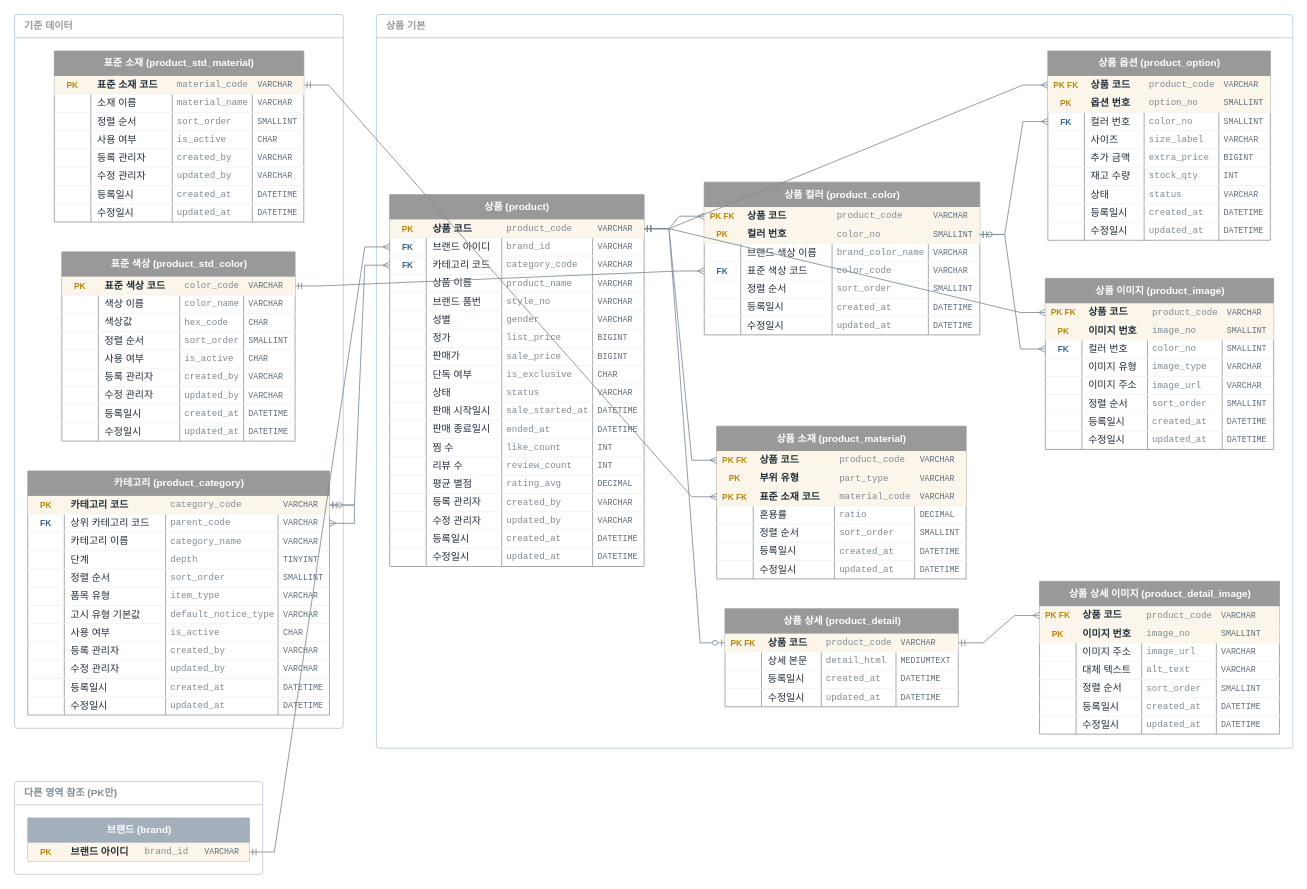
This is page "상품" (4 of 4) of docs/erd.drawio from jjonong/fashion-shoppingmall, a draw.io file, before an edit. Source tidied: cells renumbered, new cells numbered last; positions are measured from the earlier drawing's top-left corner, leaving out a move shared by most shapes. Both pictures are drawn from the tidied source at 83%, with x=0, y=0 at pixel (14, 14).
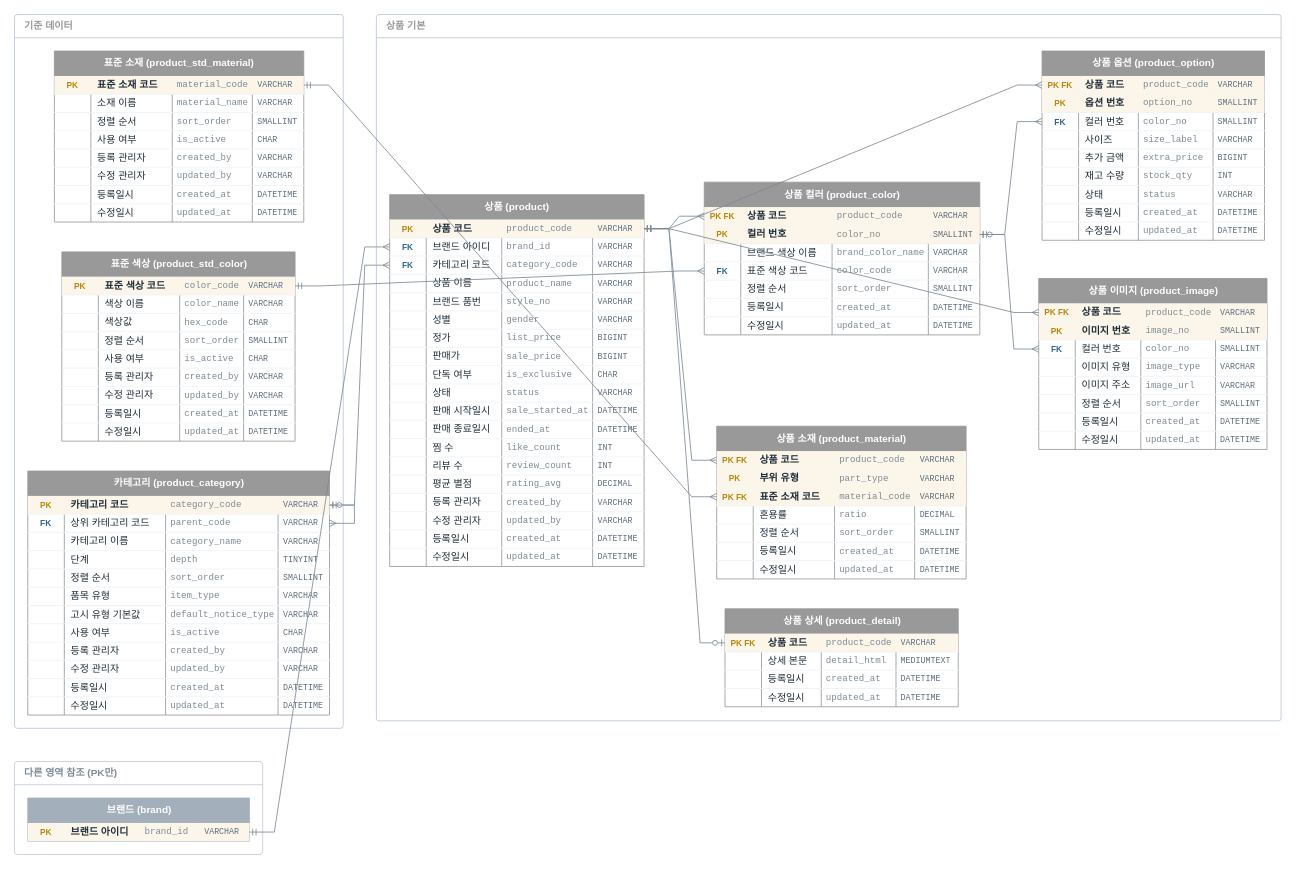
The same diagram, later.

Unchanged cells that the change refers to:
```xml
<mxCell id="408" style="shape=tableRow;horizontal=0;startSize=0;swimlaneHead=0;swimlaneBody=0;fillColor=#FBF6E9;points=[[0,0.5],[1,0.5]];portConstraint=eastwest;top=0;left=0;right=0;bottom=1;strokeColor=#eef2f6;" parent="407" vertex="1">
  <mxGeometry y="30" width="281" height="22" as="geometry" />
</mxCell>
```

Change to the diagram source:
```diff
@@
     <mxCell id="151" value="상품 기본" style="swimlane;startSize=28;rounded=1;arcSize=4;fillColor=none;swimlaneFillColor=none;strokeColor=#b9c7d6;fontColor=#999999;fontStyle=1;align=left;spacingLeft=10;html=1;" parent="1" vertex="1">
-      <mxGeometry x="436" width="1104" height="884" as="geometry" />
+      <mxGeometry x="436" width="1090" height="851" as="geometry" />
     </mxCell>
@@
     <mxCell id="284" value="상품 옵션 (product_option)" style="shape=table;startSize=30;childLayout=tableLayout;rowLines=0;fontStyle=1;align=center;html=1;fillColor=#999999;fontColor=#ffffff;strokeColor=#999999;swimlaneFillColor=#ffffff;" parent="151" vertex="1">
-      <mxGeometry x="809" y="44" width="268" height="228" as="geometry" />
+      <mxGeometry x="802" y="44" width="268" height="228" as="geometry" />
     </mxCell>
@@
     <mxCell id="330" value="상품 이미지 (product_image)" style="shape=table;startSize=30;childLayout=tableLayout;rowLines=0;fontStyle=1;align=center;html=1;fillColor=#999999;fontColor=#ffffff;strokeColor=#999999;swimlaneFillColor=#ffffff;" parent="151" vertex="1">
-      <mxGeometry x="806" y="318" width="275" height="206" as="geometry" />
+      <mxGeometry x="798" y="318" width="275" height="206" as="geometry" />
     </mxCell>
@@
-    <mxCell id="428" value="상품 상세 이미지 (product_detail_image)" style="shape=table;startSize=30;childLayout=tableLayout;rowLines=0;fontStyle=1;align=center;html=1;fillColor=#999999;fontColor=#ffffff;strokeColor=#999999;swimlaneFillColor=#ffffff;" parent="151" vertex="1">
-      <mxGeometry x="799" y="683" width="289" height="184" as="geometry" />
-    </mxCell>
-    <mxCell id="429" style="shape=tableRow;horizontal=0;startSize=0;swimlaneHead=0;swimlaneBody=0;fillColor=#FBF6E9;points=[[0,0.5],[1,0.5]];portConstraint=eastwest;top=0;left=0;right=0;bottom=1;strokeColor=#eef2f6;" parent="428" vertex="1">
-      <mxGeometry y="30" width="289" height="22" as="geometry" />
-    </mxCell>
-    <mxCell id="430" value="PK FK" style="shape=partialRectangle;fillColor=none;top=0;left=0;bottom=0;right=0;overflow=hidden;html=1;fontStyle=1;fontColor=#B8860B;fontSize=10;align=center;" parent="429" vertex="1">
-      <mxGeometry width="44" height="22" as="geometry" />
-    </mxCell>
-    <mxCell id="431" value="상품 코드" style="shape=partialRectangle;fillColor=none;top=0;left=0;bottom=0;right=0;overflow=hidden;html=1;fontStyle=1;fontColor=#1f2d3a;align=left;spacingLeft=6;" parent="429" vertex="1">
-      <mxGeometry x="44" width="79" height="22" as="geometry" />
-    </mxCell>
-    <mxCell id="432" value="product_code" style="shape=partialRectangle;fillColor=none;top=0;left=0;bottom=0;right=0;overflow=hidden;html=1;fontFamily=Consolas;fontColor=#7d8a96;fontSize=11;align=left;spacingLeft=4;" parent="429" vertex="1">
-      <mxGeometry x="123" width="90" height="22" as="geometry" />
-    </mxCell>
-    <mxCell id="433" value="VARCHAR" style="shape=partialRectangle;fillColor=none;top=0;left=0;bottom=0;right=0;overflow=hidden;html=1;fontFamily=Consolas;fontColor=#5d6d7e;fontSize=10;align=left;spacingLeft=4;" parent="429" vertex="1">
-      <mxGeometry x="213" width="76" height="22" as="geometry" />
-    </mxCell>
-    <mxCell id="434" style="shape=tableRow;horizontal=0;startSize=0;swimlaneHead=0;swimlaneBody=0;fillColor=#FBF6E9;top=0;left=0;right=0;bottom=1;strokeColor=#eef2f6;" parent="428" vertex="1">
-      <mxGeometry y="52" width="289" height="22" as="geometry" />
-    </mxCell>
-    <mxCell id="435" value="PK" style="shape=partialRectangle;fillColor=none;top=0;left=0;bottom=0;right=0;overflow=hidden;html=1;fontStyle=1;fontColor=#B8860B;fontSize=10;align=center;" parent="434" vertex="1">
-      <mxGeometry width="44" height="22" as="geometry" />
-    </mxCell>
-    <mxCell id="436" value="이미지 번호" style="shape=partialRectangle;fillColor=none;top=0;left=0;bottom=0;right=0;overflow=hidden;html=1;fontStyle=1;fontColor=#1f2d3a;align=left;spacingLeft=6;" parent="434" vertex="1">
-      <mxGeometry x="44" width="79" height="22" as="geometry" />
-    </mxCell>
-    <mxCell id="437" value="image_no" style="shape=partialRectangle;fillColor=none;top=0;left=0;bottom=0;right=0;overflow=hidden;html=1;fontFamily=Consolas;fontColor=#7d8a96;fontSize=11;align=left;spacingLeft=4;" parent="434" vertex="1">
-      <mxGeometry x="123" width="90" height="22" as="geometry" />
-    </mxCell>
-    <mxCell id="438" value="SMALLINT" style="shape=partialRectangle;fillColor=none;top=0;left=0;bottom=0;right=0;overflow=hidden;html=1;fontFamily=Consolas;fontColor=#5d6d7e;fontSize=10;align=left;spacingLeft=4;" parent="434" vertex="1">
-      <mxGeometry x="213" width="76" height="22" as="geometry" />
-    </mxCell>
-    <mxCell id="439" style="shape=tableRow;horizontal=0;startSize=0;swimlaneHead=0;swimlaneBody=0;fillColor=none;top=0;left=0;right=0;bottom=1;strokeColor=#eef2f6;" parent="428" vertex="1">
-      <mxGeometry y="74" width="289" height="22" as="geometry" />
-    </mxCell>
-    <mxCell id="440" style="shape=partialRectangle;fillColor=none;top=0;left=0;bottom=0;right=0;overflow=hidden;html=1;fontStyle=1;fontColor=#2f6496;fontSize=10;align=center;" parent="439" vertex="1">
-      <mxGeometry width="44" height="22" as="geometry" />
-    </mxCell>
-    <mxCell id="441" value="이미지 주소" style="shape=partialRectangle;fillColor=none;top=0;left=0;bottom=0;right=0;overflow=hidden;html=1;fontStyle=0;fontColor=#1f2d3a;align=left;spacingLeft=6;" parent="439" vertex="1">
-      <mxGeometry x="44" width="79" height="22" as="geometry" />
-    </mxCell>
-    <mxCell id="442" value="image_url" style="shape=partialRectangle;fillColor=none;top=0;left=0;bottom=0;right=0;overflow=hidden;html=1;fontFamily=Consolas;fontColor=#7d8a96;fontSize=11;align=left;spacingLeft=4;" parent="439" vertex="1">
-      <mxGeometry x="123" width="90" height="22" as="geometry" />
-    </mxCell>
-    <mxCell id="443" value="VARCHAR" style="shape=partialRectangle;fillColor=none;top=0;left=0;bottom=0;right=0;overflow=hidden;html=1;fontFamily=Consolas;fontColor=#5d6d7e;fontSize=10;align=left;spacingLeft=4;" parent="439" vertex="1">
-      <mxGeometry x="213" width="76" height="22" as="geometry" />
-    </mxCell>
-    <mxCell id="444" style="shape=tableRow;horizontal=0;startSize=0;swimlaneHead=0;swimlaneBody=0;fillColor=none;top=0;left=0;right=0;bottom=1;strokeColor=#eef2f6;" parent="428" vertex="1">
-      <mxGeometry y="96" width="289" height="22" as="geometry" />
-    </mxCell>
-    <mxCell id="445" style="shape=partialRectangle;fillColor=none;top=0;left=0;bottom=0;right=0;overflow=hidden;html=1;fontStyle=1;fontColor=#2f6496;fontSize=10;align=center;" parent="444" vertex="1">
-      <mxGeometry width="44" height="22" as="geometry" />
-    </mxCell>
-    <mxCell id="446" value="대체 텍스트" style="shape=partialRectangle;fillColor=none;top=0;left=0;bottom=0;right=0;overflow=hidden;html=1;fontStyle=0;fontColor=#1f2d3a;align=left;spacingLeft=6;" parent="444" vertex="1">
-      <mxGeometry x="44" width="79" height="22" as="geometry" />
-    </mxCell>
-    <mxCell id="447" value="alt_text" style="shape=partialRectangle;fillColor=none;top=0;left=0;bottom=0;right=0;overflow=hidden;html=1;fontFamily=Consolas;fontColor=#7d8a96;fontSize=11;align=left;spacingLeft=4;" parent="444" vertex="1">
-      <mxGeometry x="123" width="90" height="22" as="geometry" />
-    </mxCell>
-    <mxCell id="448" value="VARCHAR" style="shape=partialRectangle;fillColor=none;top=0;left=0;bottom=0;right=0;overflow=hidden;html=1;fontFamily=Consolas;fontColor=#5d6d7e;fontSize=10;align=left;spacingLeft=4;" parent="444" vertex="1">
-      <mxGeometry x="213" width="76" height="22" as="geometry" />
-    </mxCell>
-    <mxCell id="449" style="shape=tableRow;horizontal=0;startSize=0;swimlaneHead=0;swimlaneBody=0;fillColor=none;top=0;left=0;right=0;bottom=1;strokeColor=#eef2f6;" parent="428" vertex="1">
-      <mxGeometry y="118" width="289" height="22" as="geometry" />
-    </mxCell>
-    <mxCell id="450" style="shape=partialRectangle;fillColor=none;top=0;left=0;bottom=0;right=0;overflow=hidden;html=1;fontStyle=1;fontColor=#2f6496;fontSize=10;align=center;" parent="449" vertex="1">
-      <mxGeometry width="44" height="22" as="geometry" />
-    </mxCell>
-    <mxCell id="451" value="정렬 순서" style="shape=partialRectangle;fillColor=none;top=0;left=0;bottom=0;right=0;overflow=hidden;html=1;fontStyle=0;fontColor=#1f2d3a;align=left;spacingLeft=6;" parent="449" vertex="1">
-      <mxGeometry x="44" width="79" height="22" as="geometry" />
-    </mxCell>
-    <mxCell id="452" value="sort_order" style="shape=partialRectangle;fillColor=none;top=0;left=0;bottom=0;right=0;overflow=hidden;html=1;fontFamily=Consolas;fontColor=#7d8a96;fontSize=11;align=left;spacingLeft=4;" parent="449" vertex="1">
-      <mxGeometry x="123" width="90" height="22" as="geometry" />
-    </mxCell>
-    <mxCell id="453" value="SMALLINT" style="shape=partialRectangle;fillColor=none;top=0;left=0;bottom=0;right=0;overflow=hidden;html=1;fontFamily=Consolas;fontColor=#5d6d7e;fontSize=10;align=left;spacingLeft=4;" parent="449" vertex="1">
-      <mxGeometry x="213" width="76" height="22" as="geometry" />
-    </mxCell>
-    <mxCell id="454" style="shape=tableRow;horizontal=0;startSize=0;swimlaneHead=0;swimlaneBody=0;fillColor=none;top=0;left=0;right=0;bottom=1;strokeColor=#eef2f6;" parent="428" vertex="1">
-      <mxGeometry y="140" width="289" height="22" as="geometry" />
-    </mxCell>
-    <mxCell id="455" style="shape=partialRectangle;fillColor=none;top=0;left=0;bottom=0;right=0;overflow=hidden;html=1;fontStyle=1;fontColor=#2f6496;fontSize=10;align=center;" parent="454" vertex="1">
-      <mxGeometry width="44" height="22" as="geometry" />
-    </mxCell>
-    <mxCell id="456" value="등록일시" style="shape=partialRectangle;fillColor=none;top=0;left=0;bottom=0;right=0;overflow=hidden;html=1;fontStyle=0;fontColor=#1f2d3a;align=left;spacingLeft=6;" parent="454" vertex="1">
-      <mxGeometry x="44" width="79" height="22" as="geometry" />
-    </mxCell>
-    <mxCell id="457" value="created_at" style="shape=partialRectangle;fillColor=none;top=0;left=0;bottom=0;right=0;overflow=hidden;html=1;fontFamily=Consolas;fontColor=#7d8a96;fontSize=11;align=left;spacingLeft=4;" parent="454" vertex="1">
-      <mxGeometry x="123" width="90" height="22" as="geometry" />
-    </mxCell>
-    <mxCell id="458" value="DATETIME" style="shape=partialRectangle;fillColor=none;top=0;left=0;bottom=0;right=0;overflow=hidden;html=1;fontFamily=Consolas;fontColor=#5d6d7e;fontSize=10;align=left;spacingLeft=4;" parent="454" vertex="1">
-      <mxGeometry x="213" width="76" height="22" as="geometry" />
-    </mxCell>
-    <mxCell id="459" style="shape=tableRow;horizontal=0;startSize=0;swimlaneHead=0;swimlaneBody=0;fillColor=none;top=0;left=0;right=0;bottom=0;strokeColor=#eef2f6;" parent="428" vertex="1">
-      <mxGeometry y="162" width="289" height="22" as="geometry" />
-    </mxCell>
-    <mxCell id="460" style="shape=partialRectangle;fillColor=none;top=0;left=0;bottom=0;right=0;overflow=hidden;html=1;fontStyle=1;fontColor=#2f6496;fontSize=10;align=center;" parent="459" vertex="1">
-      <mxGeometry width="44" height="22" as="geometry" />
-    </mxCell>
-    <mxCell id="461" value="수정일시" style="shape=partialRectangle;fillColor=none;top=0;left=0;bottom=0;right=0;overflow=hidden;html=1;fontStyle=0;fontColor=#1f2d3a;align=left;spacingLeft=6;" parent="459" vertex="1">
-      <mxGeometry x="44" width="79" height="22" as="geometry" />
-    </mxCell>
-    <mxCell id="462" value="updated_at" style="shape=partialRectangle;fillColor=none;top=0;left=0;bottom=0;right=0;overflow=hidden;html=1;fontFamily=Consolas;fontColor=#7d8a96;fontSize=11;align=left;spacingLeft=4;" parent="459" vertex="1">
-      <mxGeometry x="123" width="90" height="22" as="geometry" />
-    </mxCell>
-    <mxCell id="463" value="DATETIME" style="shape=partialRectangle;fillColor=none;top=0;left=0;bottom=0;right=0;overflow=hidden;html=1;fontFamily=Consolas;fontColor=#5d6d7e;fontSize=10;align=left;spacingLeft=4;" parent="459" vertex="1">
-      <mxGeometry x="213" width="76" height="22" as="geometry" />
-    </mxCell>
     <mxCell id="464" value="다른 영역 참조 (PK만)" style="swimlane;startSize=28;rounded=1;arcSize=4;fillColor=none;swimlaneFillColor=none;strokeColor=#c3ccd5;fontColor=#7d8a96;fontStyle=1;align=left;spacingLeft=10;html=1;" parent="1" vertex="1">
-      <mxGeometry y="924" width="299" height="112" as="geometry" />
+      <mxGeometry y="900" width="299" height="112" as="geometry" />
     </mxCell>
@@
-    <mxCell id="483" style="edgeStyle=entityRelationEdgeStyle;html=1;rounded=0;startArrow=ERmany;startFill=0;endArrow=ERmandOne;endFill=0;strokeColor=#7d8a96;" parent="1" edge="1" source="429" target="408">
-      <mxGeometry relative="1" as="geometry" />
-    </mxCell>
```
